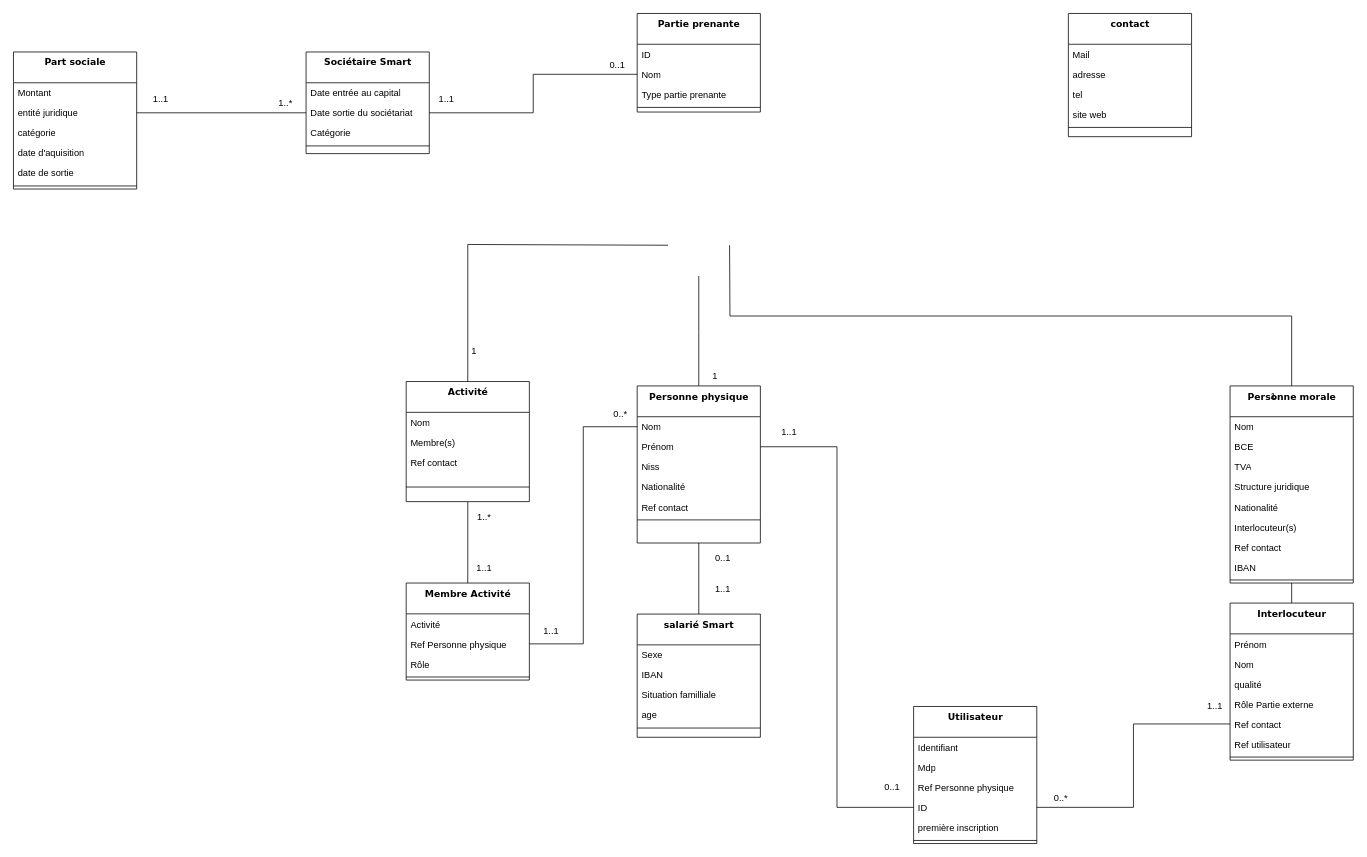
The draw.io diagram page "Modèle conceptuel : Party" (2 of 8) of Model conceptuel.drawio in Idir-smart/SandBox, before the edit. Source tidied: cells renumbered, new cells numbered last; positions are measured from the earlier drawing's top-left corner, leaving out a move shared by most shapes. Both pictures are drawn from the tidied source at 77%, with x=0, y=0 at pixel (13, 13).
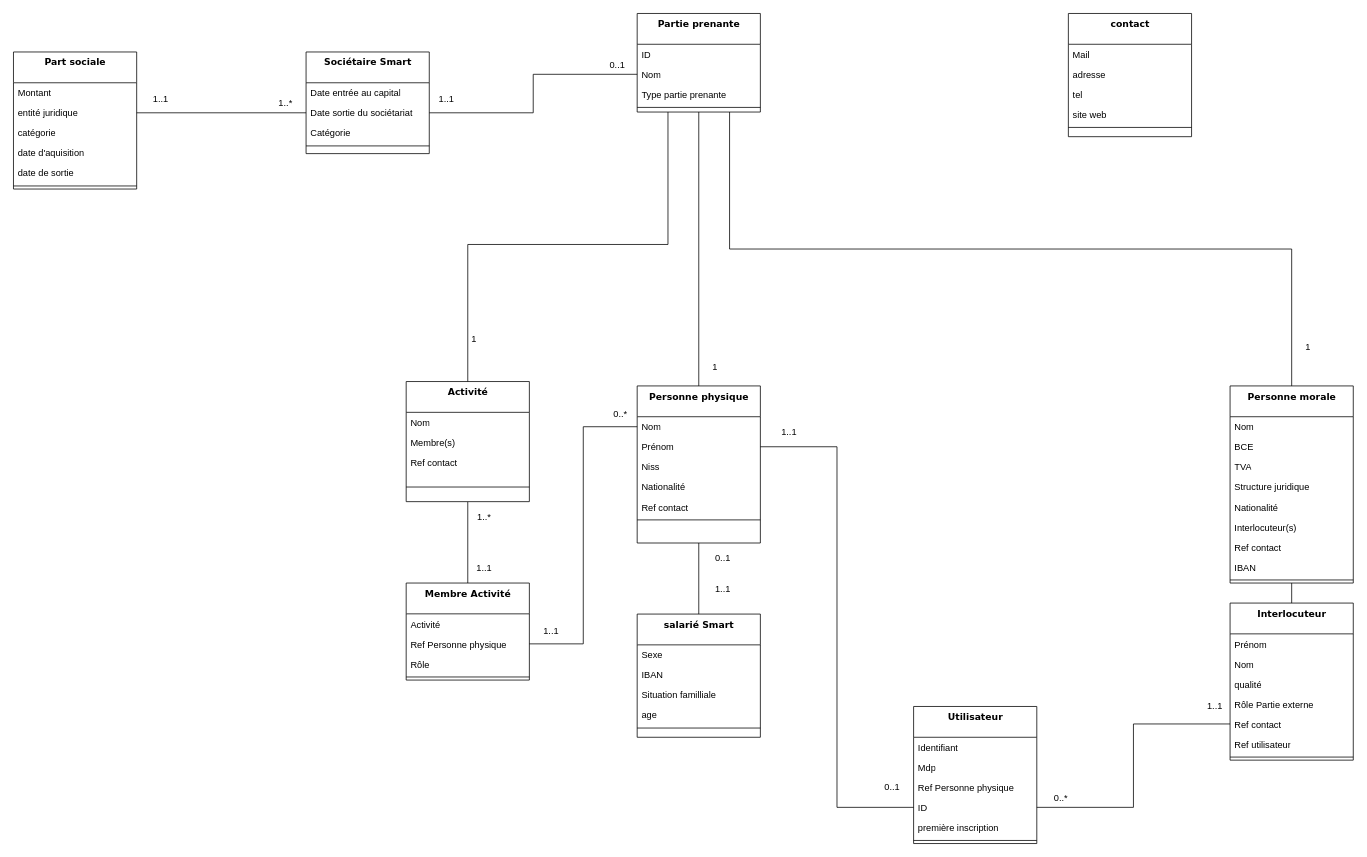
After the change.

Unchanged cells that the change refers to:
```xml
<mxCell id="2" value="Partie prenante" style="swimlane;html=1;fontStyle=1;align=center;verticalAlign=top;horizontal=1;startSize=40;swimlaneFillColor=#ffffff;rounded=0;shadow=0;comic=0;labelBackgroundColor=none;strokeWidth=1;fillColor=none;fontFamily=Verdana;fontSize=12;" parent="1" vertex="1">
  <mxGeometry x="810" width="160" height="128" as="geometry" />
</mxCell>
<mxCell id="10" value="Personne morale" style="swimlane;html=1;fontStyle=1;align=center;verticalAlign=top;horizontal=1;startSize=40;swimlaneFillColor=#ffffff;rounded=0;shadow=0;comic=0;labelBackgroundColor=none;strokeWidth=1;fillColor=none;fontFamily=Verdana;fontSize=12;" parent="1" vertex="1">
  <mxGeometry x="1580" y="483.7" width="160" height="256" as="geometry" />
</mxCell>
<mxCell id="25" value="Personne physique" style="swimlane;html=1;fontStyle=1;align=center;verticalAlign=top;horizontal=1;startSize=40;swimlaneFillColor=#ffffff;rounded=0;shadow=0;comic=0;labelBackgroundColor=none;strokeWidth=1;fillColor=none;fontFamily=Verdana;fontSize=12;" parent="1" vertex="1">
  <mxGeometry x="810" y="483.7" width="160" height="204" as="geometry" />
</mxCell>
<mxCell id="74" value="Activité" style="swimlane;html=1;fontStyle=1;align=center;verticalAlign=top;horizontal=1;startSize=40;swimlaneFillColor=#ffffff;rounded=0;shadow=0;comic=0;labelBackgroundColor=none;strokeWidth=1;fillColor=none;fontFamily=Verdana;fontSize=12;" parent="1" vertex="1">
  <mxGeometry x="510" y="478" width="160" height="156" as="geometry" />
</mxCell>
```

The edit, as a diff of the source:
```diff
@@
-    <mxCell id="8" style="edgeStyle=orthogonalEdgeStyle;rounded=0;jettySize=auto;html=1;exitX=0.5;exitY=0;exitDx=0;exitDy=0;fontSize=12;startArrow=none;startFill=0;endArrow=none;endFill=0;endSize=6;entryX=1;entryY=0.5;entryDx=0;entryDy=0;" parent="1" edge="1" source="10">
-      <mxGeometry relative="1" as="geometry">
-        <mxPoint x="930" y="301" as="targetPoint" />
-      </mxGeometry>
+    <mxCell id="8" style="edgeStyle=orthogonalEdgeStyle;rounded=0;jettySize=auto;html=1;exitX=0.5;exitY=0;exitDx=0;exitDy=0;fontSize=12;startArrow=none;startFill=0;endArrow=none;endFill=0;endSize=6;entryX=0.75;entryY=1;entryDx=0;entryDy=0;" parent="1" edge="1" source="10" target="2">
+      <mxGeometry relative="1" as="geometry" />
     </mxCell>
@@
-    <mxCell id="23" style="edgeStyle=orthogonalEdgeStyle;rounded=0;jettySize=auto;html=1;exitX=0.5;exitY=0;exitDx=0;exitDy=0;entryX=0.5;entryY=1;entryDx=0;entryDy=0;fontSize=12;startArrow=none;startFill=0;endArrow=none;endFill=0;endSize=6;" parent="1" edge="1" source="25">
-      <mxGeometry relative="1" as="geometry">
-        <mxPoint x="890" y="341" as="targetPoint" />
-      </mxGeometry>
+    <mxCell id="23" style="edgeStyle=orthogonalEdgeStyle;rounded=0;jettySize=auto;html=1;exitX=0.5;exitY=0;exitDx=0;exitDy=0;entryX=0.5;entryY=1;entryDx=0;entryDy=0;fontSize=12;startArrow=none;startFill=0;endArrow=none;endFill=0;endSize=6;" parent="1" edge="1" source="25" target="2">
+      <mxGeometry relative="1" as="geometry" />
     </mxCell>
@@
-    <mxCell id="72" style="edgeStyle=orthogonalEdgeStyle;rounded=0;jettySize=auto;html=1;exitX=0.5;exitY=0;exitDx=0;exitDy=0;entryX=0;entryY=0.5;entryDx=0;entryDy=0;fontSize=12;startArrow=none;startFill=0;endArrow=none;endFill=0;endSize=6;" parent="1" edge="1" source="74">
+    <mxCell id="72" style="edgeStyle=orthogonalEdgeStyle;rounded=0;jettySize=auto;html=1;exitX=0.5;exitY=0;exitDx=0;exitDy=0;entryX=0.25;entryY=1;entryDx=0;entryDy=0;fontSize=12;startArrow=none;startFill=0;endArrow=none;endFill=0;endSize=6;" parent="1" edge="1" source="74" target="2">
       <mxGeometry relative="1" as="geometry">
-        <mxPoint x="850" y="301" as="targetPoint" />
         <Array as="points">
           <mxPoint x="590" y="300" />
           <mxPoint x="850" y="300" />
         </Array>
       </mxGeometry>
     </mxCell>
```
